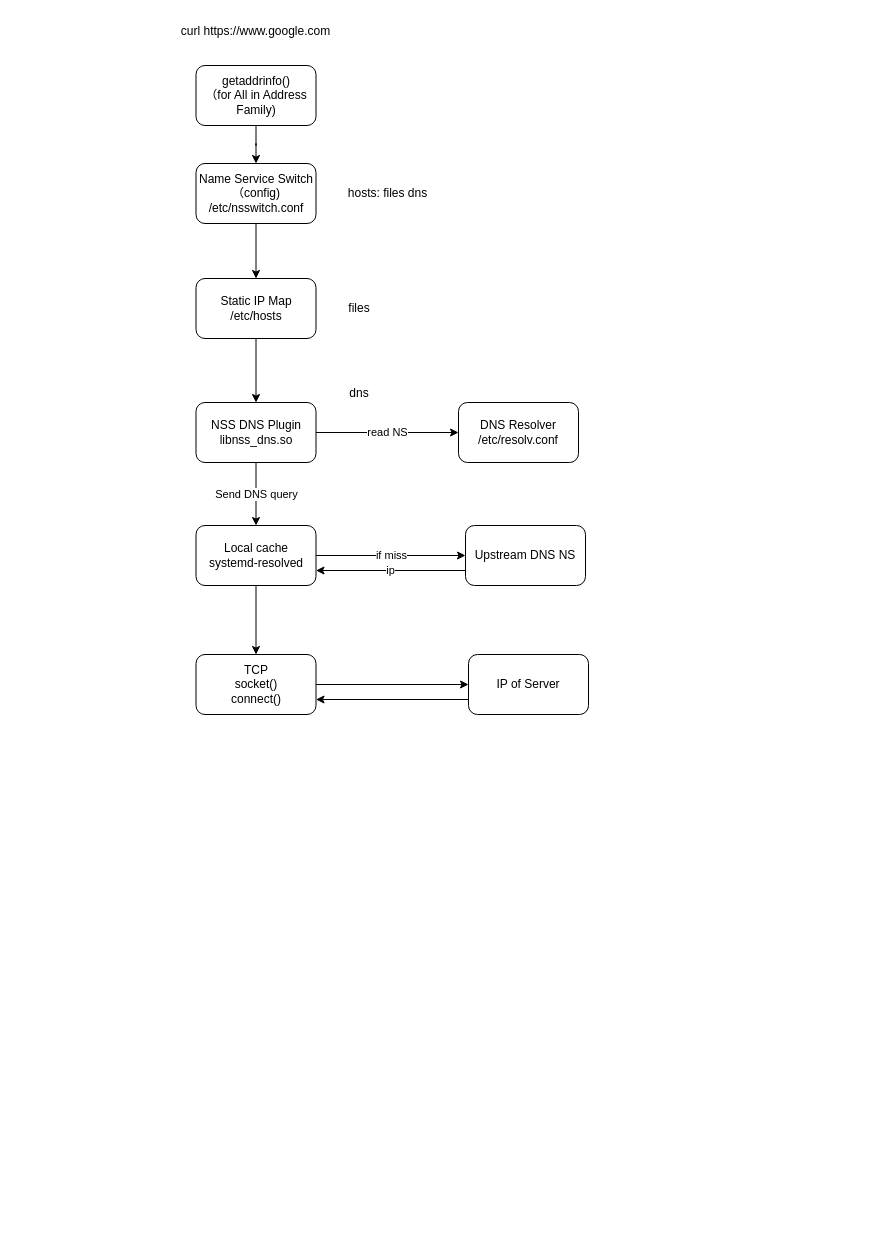
This is Linux Network.drawio from Albert-W/XMind, a draw.io file, before an edit. Source tidied: cells renumbered, new cells numbered last; positions are measured from the earlier drawing's top-left corner, leaving out a move shared by most shapes. Both pictures are drawn from the tidied source at 100%, with x=0, y=0 at pixel (157, 17).
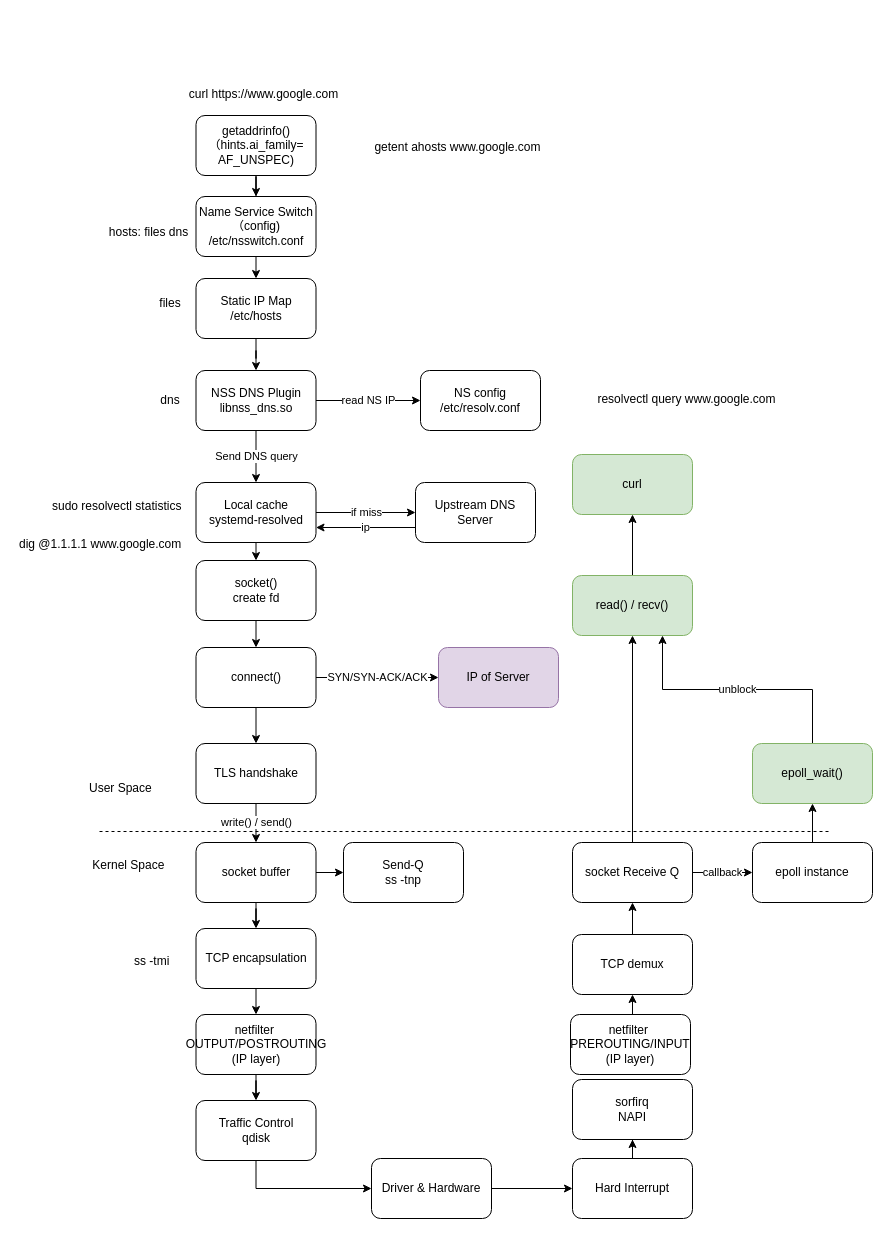
After the change.

The edit, as a diff of the source:
```diff
@@
     <mxCell id="2" value="curl https://www.google.com" style="text;html=1;whiteSpace=wrap;strokeColor=none;fillColor=none;align=center;verticalAlign=middle;rounded=0;" parent="1" vertex="1">
-      <mxGeometry width="197" height="28" as="geometry" />
+      <mxGeometry x="8" y="63" width="197" height="28" as="geometry" />
     </mxCell>
-    <mxCell id="3" value="read NS" style="edgeStyle=orthogonalEdgeStyle;rounded=0;jettySize=auto;html=1;exitX=1;exitY=0.5;exitDx=0;exitDy=0;" parent="1" edge="1" source="22" target="6">
+    <mxCell id="3" value="read NS IP" style="edgeStyle=orthogonalEdgeStyle;rounded=0;jettySize=auto;html=1;exitX=1;exitY=0.5;exitDx=0;exitDy=0;" parent="1" edge="1" source="22" target="6">
       <mxGeometry relative="1" as="geometry" />
     </mxCell>
@@
-    <mxCell id="6" value="DNS Resolver&lt;br&gt;/etc/resolv.conf" style="rounded=1;whiteSpace=wrap;html=1;roundedPerimeter=1;" parent="1" vertex="1">
-      <mxGeometry x="301" y="385" width="120" height="60" as="geometry" />
+    <mxCell id="6" value="NS config&lt;br&gt;/etc/resolv.conf" style="rounded=1;whiteSpace=wrap;html=1;roundedPerimeter=1;" parent="1" vertex="1">
+      <mxGeometry x="263" y="353" width="120" height="60" as="geometry" />
     </mxCell>
@@
-    <mxCell id="8" style="edgeStyle=orthogonalEdgeStyle;rounded=0;jettySize=auto;html=1;" parent="1" edge="1" source="9" target="11">
+    <mxCell id="8" value="SYN/SYN-ACK/ACK" style="edgeStyle=orthogonalEdgeStyle;rounded=0;jettySize=auto;html=1;exitX=1;exitY=0.5;exitDx=0;exitDy=0;entryX=0;entryY=0.5;entryDx=0;entryDy=0;" parent="1" edge="1" source="9" target="11">
       <mxGeometry relative="1" as="geometry" />
     </mxCell>
+    <mxCell id="25" style="edgeStyle=orthogonalEdgeStyle;rounded=0;jettySize=auto;html=1;exitX=0.5;exitY=1;exitDx=0;exitDy=0;entryX=0.5;entryY=0;entryDx=0;entryDy=0;" parent="1" edge="1" source="9" target="52">
+      <mxGeometry relative="1" as="geometry" />
+    </mxCell>
-    <mxCell id="9" value="TCP&lt;br&gt;socket()&lt;div&gt;connect()&lt;/div&gt;" style="rounded=1;whiteSpace=wrap;html=1;roundedPerimeter=1;" parent="1" vertex="1">
-      <mxGeometry x="38.5" y="637" width="120" height="60" as="geometry" />
+    <mxCell id="9" value="connect()" style="rounded=1;whiteSpace=wrap;html=1;roundedPerimeter=1;" parent="1" vertex="1">
+      <mxGeometry x="38.5" y="630" width="120" height="60" as="geometry" />
     </mxCell>
-    <mxCell id="10" style="edgeStyle=orthogonalEdgeStyle;rounded=0;jettySize=auto;html=1;exitX=0;exitY=0.75;exitDx=0;exitDy=0;entryX=1;entryY=0.75;entryDx=0;entryDy=0;" parent="1" edge="1" source="11" target="9">
-      <mxGeometry relative="1" as="geometry" />
-    </mxCell>
-    <mxCell id="11" value="IP of Server" style="rounded=1;whiteSpace=wrap;html=1;roundedPerimeter=1;" parent="1" vertex="1">
-      <mxGeometry x="311" y="637" width="120" height="60" as="geometry" />
+    <mxCell id="11" value="IP of Server" style="rounded=1;whiteSpace=wrap;html=1;roundedPerimeter=1;fillColor=#e1d5e7;strokeColor=#9673a6;" parent="1" vertex="1">
+      <mxGeometry x="281" y="630" width="120" height="60" as="geometry" />
     </mxCell>
@@
-    <mxCell id="13" value="getaddrinfo()&lt;div&gt;（for All in Address Family)&lt;/div&gt;" style="rounded=1;whiteSpace=wrap;html=1;roundedPerimeter=1;" parent="1" vertex="1">
-      <mxGeometry x="38.5" y="48" width="120" height="60" as="geometry" />
+    <mxCell id="13" value="getaddrinfo()&lt;div&gt;（hints.ai_family=&lt;/div&gt;&lt;div&gt;AF_UNSPEC)&lt;/div&gt;" style="rounded=1;whiteSpace=wrap;html=1;roundedPerimeter=1;" parent="1" vertex="1">
+      <mxGeometry x="38.5" y="98" width="120" height="60" as="geometry" />
     </mxCell>
@@
     <mxCell id="15" value="&lt;div&gt;Name Service Switch&lt;/div&gt;&lt;div&gt;（config)&lt;/div&gt;/etc/nsswitch.conf" style="rounded=1;whiteSpace=wrap;html=1;roundedPerimeter=1;" parent="1" vertex="1">
-      <mxGeometry x="38.5" y="146" width="120" height="60" as="geometry" />
+      <mxGeometry x="38.5" y="179" width="120" height="60" as="geometry" />
     </mxCell>
@@
-    <mxCell id="17" value="Upstream DNS NS" style="rounded=1;whiteSpace=wrap;html=1;roundedPerimeter=1;" parent="1" vertex="1">
-      <mxGeometry x="308" y="508" width="120" height="60" as="geometry" />
+    <mxCell id="17" value="Upstream DNS Server" style="rounded=1;whiteSpace=wrap;html=1;roundedPerimeter=1;" parent="1" vertex="1">
+      <mxGeometry x="258" y="465" width="120" height="60" as="geometry" />
     </mxCell>
     <mxCell id="18" value="hosts: files dns" style="text;html=1;whiteSpace=wrap;strokeColor=none;fillColor=none;align=center;verticalAlign=middle;rounded=0;" parent="1" vertex="1">
-      <mxGeometry x="172" y="162" width="117" height="28" as="geometry" />
+      <mxGeometry x="-67" y="201" width="117" height="28" as="geometry" />
     </mxCell>
     <mxCell id="19" value="files" style="text;html=1;whiteSpace=wrap;strokeColor=none;fillColor=none;align=center;verticalAlign=middle;rounded=0;" parent="1" vertex="1">
-      <mxGeometry x="172" y="276" width="60" height="30" as="geometry" />
+      <mxGeometry x="-17" y="271" width="60" height="30" as="geometry" />
     </mxCell>
     <mxCell id="20" value="dns" style="text;html=1;whiteSpace=wrap;strokeColor=none;fillColor=none;align=center;verticalAlign=middle;rounded=0;" parent="1" vertex="1">
-      <mxGeometry x="172" y="361" width="60" height="30" as="geometry" />
+      <mxGeometry x="-17" y="368" width="60" height="30" as="geometry" />
     </mxCell>
-    <mxCell id="21" style="edgeStyle=orthogonalEdgeStyle;rounded=0;jettySize=auto;html=1;entryX=0.5;entryY=0;entryDx=0;entryDy=0;" parent="1" edge="1" source="24" target="9">
-      <mxGeometry relative="1" as="geometry" />
-    </mxCell>
     <mxCell id="22" value="NSS DNS Plugin&lt;div&gt;libnss_dns.so&lt;/div&gt;" style="rounded=1;whiteSpace=wrap;html=1;roundedPerimeter=1;" parent="1" vertex="1">
-      <mxGeometry x="38.5" y="385" width="120" height="60" as="geometry" />
+      <mxGeometry x="38.5" y="353" width="120" height="60" as="geometry" />
     </mxCell>
@@
+    <mxCell id="26" style="edgeStyle=orthogonalEdgeStyle;rounded=0;jettySize=auto;html=1;exitX=0.5;exitY=1;exitDx=0;exitDy=0;entryX=0.5;entryY=0;entryDx=0;entryDy=0;" parent="1" edge="1" source="24" target="45">
+      <mxGeometry relative="1" as="geometry" />
+    </mxCell>
     <mxCell id="24" value="&lt;div&gt;Local cache&lt;/div&gt;systemd-resolved" style="rounded=1;whiteSpace=wrap;html=1;roundedPerimeter=1;" parent="1" vertex="1">
-      <mxGeometry x="38.5" y="508" width="120" height="60" as="geometry" />
+      <mxGeometry x="38.5" y="465" width="120" height="60" as="geometry" />
     </mxCell>
+    <mxCell id="27" style="edgeStyle=orthogonalEdgeStyle;rounded=0;jettySize=auto;html=1;" parent="1" edge="1" source="29" target="30">
+      <mxGeometry relative="1" as="geometry" />
+    </mxCell>
+    <mxCell id="28" style="edgeStyle=orthogonalEdgeStyle;rounded=0;jettySize=auto;html=1;exitX=0.5;exitY=1;exitDx=0;exitDy=0;" parent="1" edge="1" source="29" target="58">
+      <mxGeometry relative="1" as="geometry" />
+    </mxCell>
+    <mxCell id="29" value="socket buffer" style="rounded=1;whiteSpace=wrap;html=1;roundedPerimeter=1;" parent="1" vertex="1">
+      <mxGeometry x="38.5" y="825" width="120" height="60" as="geometry" />
+    </mxCell>
+    <mxCell id="30" value="&amp;nbsp;Send-Q&amp;nbsp;&lt;div&gt;ss -tnp&lt;/div&gt;" style="rounded=1;whiteSpace=wrap;html=1;roundedPerimeter=1;" parent="1" vertex="1">
+      <mxGeometry x="186" y="825" width="120" height="60" as="geometry" />
+    </mxCell>
+    <mxCell id="31" style="edgeStyle=orthogonalEdgeStyle;rounded=0;jettySize=auto;html=1;" parent="1" edge="1" source="32" target="49">
+      <mxGeometry relative="1" as="geometry" />
+    </mxCell>
+    <mxCell id="32" value="netfilter&amp;nbsp;&lt;div&gt;OUTPUT/POSTROUTING&lt;br&gt;(IP layer)&lt;/div&gt;" style="rounded=1;whiteSpace=wrap;html=1;roundedPerimeter=1;" parent="1" vertex="1">
+      <mxGeometry x="38.5" y="997" width="120" height="60" as="geometry" />
+    </mxCell>
+    <mxCell id="33" style="edgeStyle=orthogonalEdgeStyle;rounded=0;jettySize=auto;html=1;exitX=1;exitY=0.5;exitDx=0;exitDy=0;entryX=0;entryY=0.5;entryDx=0;entryDy=0;" parent="1" edge="1" source="34" target="41">
+      <mxGeometry relative="1" as="geometry" />
+    </mxCell>
+    <mxCell id="34" value="Driver &amp;amp; Hardware" style="rounded=1;whiteSpace=wrap;html=1;roundedPerimeter=1;" parent="1" vertex="1">
+      <mxGeometry x="214" y="1141" width="120" height="60" as="geometry" />
+    </mxCell>
+    <mxCell id="35" style="edgeStyle=orthogonalEdgeStyle;rounded=0;jettySize=auto;html=1;" parent="1" edge="1" source="36" target="50">
+      <mxGeometry relative="1" as="geometry" />
+    </mxCell>
+    <mxCell id="36" value="read() / recv()" style="rounded=1;whiteSpace=wrap;html=1;roundedPerimeter=1;fillColor=#d5e8d4;strokeColor=#82b366;" parent="1" vertex="1">
+      <mxGeometry x="415" y="558" width="120" height="60" as="geometry" />
+    </mxCell>
+    <mxCell id="37" style="endArrow=none;dashed=1;html=1;rounded=0;" parent="1" edge="1">
+      <mxGeometry relative="1" as="geometry">
+        <mxPoint x="-58" y="814" as="sourcePoint" />
+        <mxPoint x="671" y="814" as="targetPoint" />
+      </mxGeometry>
+    </mxCell>
+    <mxCell id="38" value="User Space&amp;nbsp;" style="text;html=1;whiteSpace=wrap;strokeColor=none;fillColor=none;align=center;verticalAlign=middle;rounded=0;" parent="1" vertex="1">
+      <mxGeometry x="-79.5" y="756" width="87.5" height="30" as="geometry" />
+    </mxCell>
+    <mxCell id="39" value="Kernel Space&amp;nbsp;" style="text;html=1;whiteSpace=wrap;strokeColor=none;fillColor=none;align=center;verticalAlign=middle;rounded=0;" parent="1" vertex="1">
+      <mxGeometry x="-71" y="833" width="87.5" height="30" as="geometry" />
+    </mxCell>
+    <mxCell id="40" style="edgeStyle=orthogonalEdgeStyle;rounded=0;jettySize=auto;html=1;" parent="1" edge="1" source="41" target="53">
+      <mxGeometry relative="1" as="geometry" />
+    </mxCell>
+    <mxCell id="41" value="Hard Interrupt" style="rounded=1;whiteSpace=wrap;html=1;roundedPerimeter=1;" parent="1" vertex="1">
+      <mxGeometry x="415" y="1141" width="120" height="60" as="geometry" />
+    </mxCell>
+    <mxCell id="42" value="unblock" style="edgeStyle=orthogonalEdgeStyle;rounded=0;jettySize=auto;html=1;exitX=0.5;exitY=0;exitDx=0;exitDy=0;entryX=0.75;entryY=1;entryDx=0;entryDy=0;" parent="1" edge="1" source="43" target="36">
+      <mxGeometry relative="1" as="geometry" />
+    </mxCell>
+    <mxCell id="43" value="epoll_wait()" style="rounded=1;whiteSpace=wrap;html=1;roundedPerimeter=1;fillColor=#d5e8d4;strokeColor=#82b366;" parent="1" vertex="1">
+      <mxGeometry x="595" y="726" width="120" height="60" as="geometry" />
+    </mxCell>
+    <mxCell id="44" style="edgeStyle=orthogonalEdgeStyle;rounded=0;jettySize=auto;html=1;exitX=0.5;exitY=1;exitDx=0;exitDy=0;entryX=0.5;entryY=0;entryDx=0;entryDy=0;" parent="1" edge="1" source="45" target="9">
+      <mxGeometry relative="1" as="geometry" />
+    </mxCell>
+    <mxCell id="45" value="socket()&lt;br&gt;create fd" style="rounded=1;whiteSpace=wrap;html=1;roundedPerimeter=1;" parent="1" vertex="1">
+      <mxGeometry x="38.5" y="543" width="120" height="60" as="geometry" />
+    </mxCell>
+    <mxCell id="46" style="edgeStyle=orthogonalEdgeStyle;rounded=0;jettySize=auto;html=1;exitX=0.5;exitY=0;exitDx=0;exitDy=0;entryX=0.5;entryY=1;entryDx=0;entryDy=0;" parent="1" edge="1" source="47" target="43">
+      <mxGeometry relative="1" as="geometry" />
+    </mxCell>
+    <mxCell id="47" value="epoll instance" style="rounded=1;whiteSpace=wrap;html=1;roundedPerimeter=1;" parent="1" vertex="1">
+      <mxGeometry x="595" y="825" width="120" height="60" as="geometry" />
+    </mxCell>
+    <mxCell id="48" style="edgeStyle=orthogonalEdgeStyle;rounded=0;jettySize=auto;html=1;exitX=0.5;exitY=1;exitDx=0;exitDy=0;" parent="1" edge="1" source="49" target="34">
+      <mxGeometry relative="1" as="geometry" />
+    </mxCell>
+    <mxCell id="49" value="Traffic Control&lt;div&gt;qdisk&lt;/div&gt;" style="rounded=1;whiteSpace=wrap;html=1;roundedPerimeter=1;" parent="1" vertex="1">
+      <mxGeometry x="38.5" y="1083" width="120" height="60" as="geometry" />
+    </mxCell>
+    <mxCell id="50" value="curl" style="whiteSpace=wrap;html=1;fillColor=#d5e8d4;strokeColor=#82b366;rounded=1;roundedPerimeter=1;" parent="1" vertex="1">
+      <mxGeometry x="415" y="437" width="120" height="60" as="geometry" />
+    </mxCell>
+    <mxCell id="51" value="write() / send()" style="edgeStyle=orthogonalEdgeStyle;rounded=0;jettySize=auto;html=1;exitX=0.5;exitY=1;exitDx=0;exitDy=0;" parent="1" edge="1" source="52" target="29">
+      <mxGeometry relative="1" as="geometry" />
+    </mxCell>
+    <mxCell id="52" value="TLS handshake" style="rounded=1;whiteSpace=wrap;html=1;roundedPerimeter=1;" parent="1" vertex="1">
+      <mxGeometry x="38.5" y="726" width="120" height="60" as="geometry" />
+    </mxCell>
+    <mxCell id="53" value="sorfirq&lt;div&gt;NAPI&lt;/div&gt;" style="rounded=1;whiteSpace=wrap;html=1;roundedPerimeter=1;" parent="1" vertex="1">
+      <mxGeometry x="415" y="1062" width="120" height="60" as="geometry" />
+    </mxCell>
+    <mxCell id="54" value="callback" style="edgeStyle=orthogonalEdgeStyle;rounded=0;jettySize=auto;html=1;exitX=1;exitY=0.5;exitDx=0;exitDy=0;" parent="1" edge="1" source="56" target="47">
+      <mxGeometry relative="1" as="geometry" />
+    </mxCell>
+    <mxCell id="55" style="edgeStyle=orthogonalEdgeStyle;rounded=0;jettySize=auto;html=1;exitX=0.5;exitY=0;exitDx=0;exitDy=0;" parent="1" edge="1" source="56" target="36">
+      <mxGeometry relative="1" as="geometry" />
+    </mxCell>
+    <mxCell id="56" value="socket Receive Q" style="rounded=1;whiteSpace=wrap;html=1;roundedPerimeter=1;" parent="1" vertex="1">
+      <mxGeometry x="415" y="825" width="120" height="60" as="geometry" />
+    </mxCell>
+    <mxCell id="57" style="edgeStyle=orthogonalEdgeStyle;rounded=0;jettySize=auto;html=1;exitX=0.5;exitY=1;exitDx=0;exitDy=0;entryX=0.5;entryY=0;entryDx=0;entryDy=0;" parent="1" edge="1" source="58" target="32">
+      <mxGeometry relative="1" as="geometry" />
+    </mxCell>
+    <mxCell id="58" value="TCP encapsulation" style="rounded=1;whiteSpace=wrap;html=1;roundedPerimeter=1;" parent="1" vertex="1">
+      <mxGeometry x="38.5" y="911" width="120" height="60" as="geometry" />
+    </mxCell>
+    <mxCell id="59" style="edgeStyle=orthogonalEdgeStyle;rounded=0;jettySize=auto;html=1;exitX=0.5;exitY=0;exitDx=0;exitDy=0;entryX=0.5;entryY=1;entryDx=0;entryDy=0;" parent="1" edge="1" source="60" target="62">
+      <mxGeometry relative="1" as="geometry" />
+    </mxCell>
+    <mxCell id="60" value="netfilter&amp;nbsp;&lt;div&gt;PREROUTING/INPUT&lt;br&gt;(IP layer)&lt;/div&gt;" style="rounded=1;whiteSpace=wrap;html=1;roundedPerimeter=1;" parent="1" vertex="1">
+      <mxGeometry x="413" y="997" width="120" height="60" as="geometry" />
+    </mxCell>
+    <mxCell id="61" style="edgeStyle=orthogonalEdgeStyle;rounded=0;jettySize=auto;html=1;exitX=0.5;exitY=0;exitDx=0;exitDy=0;entryX=0.5;entryY=1;entryDx=0;entryDy=0;" parent="1" edge="1" source="62" target="56">
+      <mxGeometry relative="1" as="geometry" />
+    </mxCell>
+    <mxCell id="62" value="TCP demux" style="rounded=1;whiteSpace=wrap;html=1;roundedPerimeter=1;" parent="1" vertex="1">
+      <mxGeometry x="415" y="917" width="120" height="60" as="geometry" />
+    </mxCell>
+    <mxCell id="63" value="getent ahosts www.google.com" style="text;html=1;whiteSpace=wrap;strokeColor=none;fillColor=none;align=center;verticalAlign=middle;rounded=0;" parent="1" vertex="1">
+      <mxGeometry x="180" y="101" width="241" height="57" as="geometry" />
+    </mxCell>
+    <mxCell id="64" value="resolvectl query www.google.com" style="text;html=1;whiteSpace=wrap;strokeColor=none;fillColor=none;align=center;verticalAlign=middle;rounded=0;" parent="1" vertex="1">
+      <mxGeometry x="409" y="353" width="241" height="57" as="geometry" />
+    </mxCell>
+    <mxCell id="65" value="sudo resolvectl statistics" style="text;whiteSpace=wrap;" parent="1" vertex="1">
+      <mxGeometry x="-107" y="475" width="157" height="36" as="geometry" />
+    </mxCell>
+    <mxCell id="66" value="dig @1.1.1.1 www.google.com" style="text;whiteSpace=wrap;" parent="1" vertex="1">
+      <mxGeometry x="-140" y="513" width="190" height="36" as="geometry" />
+    </mxCell>
+    <mxCell id="67" value="ss -tmi" style="text;whiteSpace=wrap;" parent="1" vertex="1">
+      <mxGeometry x="-25" y="930" width="63" height="36" as="geometry" />
+    </mxCell>
```
